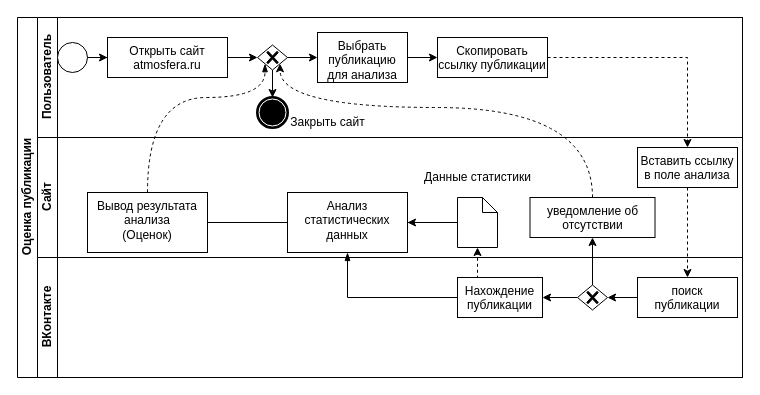
Above: bpmn.drawio in l-voff/metods_rep (draw.io), before the change. Source tidied: cells renumbered, new cells numbered last; positions are measured from the earlier drawing's top-left corner, leaving out a move shared by most shapes. Both pictures are drawn from the tidied source at 100%, with x=0, y=0 at pixel (17, 17).
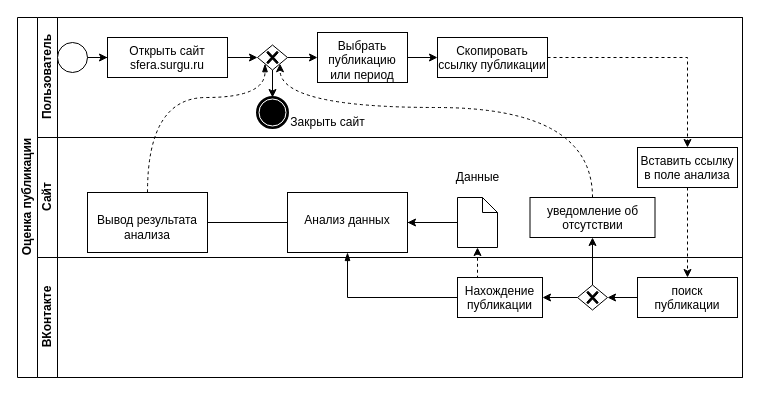
After the change.

Unchanged cells that the change refers to:
```xml
<mxCell id="3" value="Пользователь" style="swimlane;startSize=20;horizontal=0;html=1;" parent="2" vertex="1">
  <mxGeometry x="20" width="705" height="120" as="geometry" />
</mxCell>
<mxCell id="16" value="Сайт" style="swimlane;startSize=20;horizontal=0;html=1;" parent="2" vertex="1">
  <mxGeometry x="20" y="120" width="705" height="120" as="geometry" />
</mxCell>
```

The edit, as a diff of the source:
```diff
@@
-    <mxCell id="7" value="Открыть сайт&lt;br&gt;atmosfera.ru" style="whiteSpace=wrap;html=1;verticalAlign=top;labelBackgroundColor=#ffffff;" parent="3" vertex="1">
+    <mxCell id="7" value="Открыть сайт&lt;br&gt;sfera.surgu.ru" style="whiteSpace=wrap;html=1;verticalAlign=top;labelBackgroundColor=#ffffff;" parent="3" vertex="1">
       <mxGeometry x="70" y="20" width="120" height="40" as="geometry" />
     </mxCell>
@@
-    <mxCell id="9" value="Выбрать публикацию для анализа" style="whiteSpace=wrap;html=1;verticalAlign=top;labelBackgroundColor=#ffffff;" parent="3" vertex="1">
+    <mxCell id="9" value="Выбрать публикацию или период" style="whiteSpace=wrap;html=1;verticalAlign=top;labelBackgroundColor=#ffffff;" parent="3" vertex="1">
       <mxGeometry x="280" y="15" width="90" height="50" as="geometry" />
     </mxCell>
@@
-    <mxCell id="23" value="Анализ статистических данных" style="whiteSpace=wrap;html=1;verticalAlign=top;" parent="16" vertex="1">
+    <mxCell id="23" value="&lt;br&gt;Анализ данных" style="whiteSpace=wrap;html=1;verticalAlign=top;" parent="16" vertex="1">
       <mxGeometry x="250" y="55" width="120" height="60" as="geometry" />
     </mxCell>
-    <mxCell id="24" value="Вывод результата анализа&lt;br&gt;(Оценок)" style="whiteSpace=wrap;html=1;verticalAlign=top;" parent="16" vertex="1">
+    <mxCell id="24" value="&lt;br&gt;Вывод результата анализа" style="whiteSpace=wrap;html=1;verticalAlign=top;" parent="16" vertex="1">
       <mxGeometry x="50" y="55" width="120" height="60" as="geometry" />
     </mxCell>
@@
-    <mxCell id="39" value="Данные статистики" style="text;html=1;align=center;verticalAlign=middle;strokeColor=none;fillColor=none;" parent="1" vertex="1">
-      <mxGeometry x="395" y="145" width="130" height="30" as="geometry" />
+    <mxCell id="39" value="Данные" style="text;html=1;align=center;verticalAlign=middle;strokeColor=none;fillColor=none;" parent="1" vertex="1">
+      <mxGeometry x="425" y="145" width="70" height="30" as="geometry" />
     </mxCell>
```
